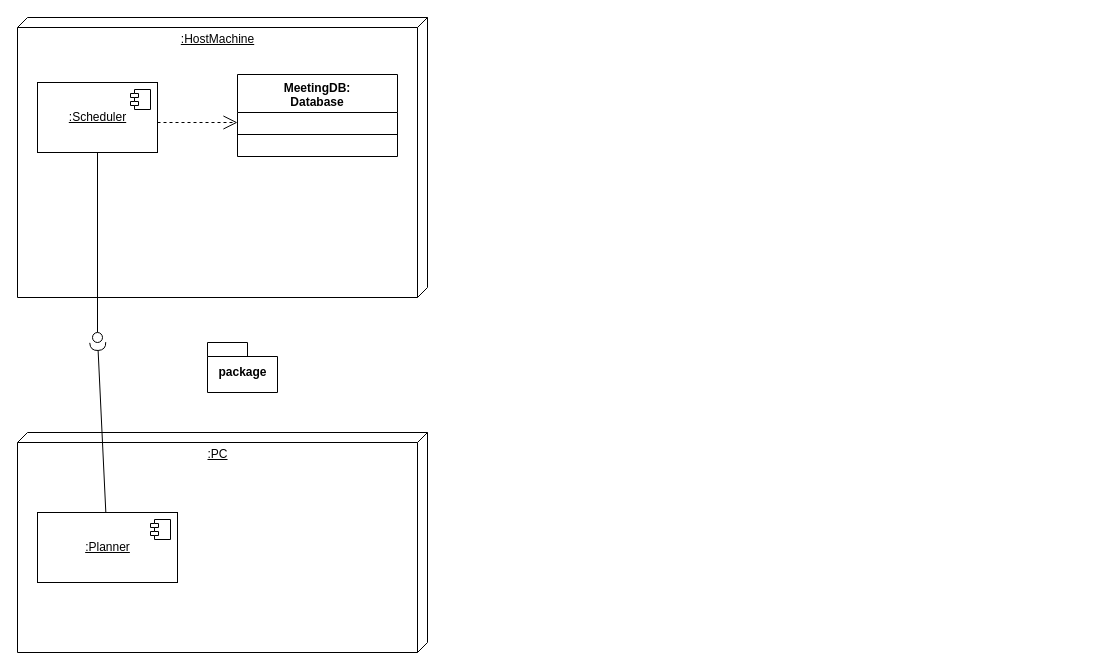
This is page "Page-1" (1 of 2) of 未命名绘图.drawio from bincute/iAmReadingBook, a draw.io file, before an edit. Source tidied: cells renumbered, new cells numbered last; positions are measured from the earlier drawing's top-left corner, leaving out a move shared by most shapes. Both pictures are drawn from the tidied source at 100%, with x=0, y=0 at pixel (17, 17).
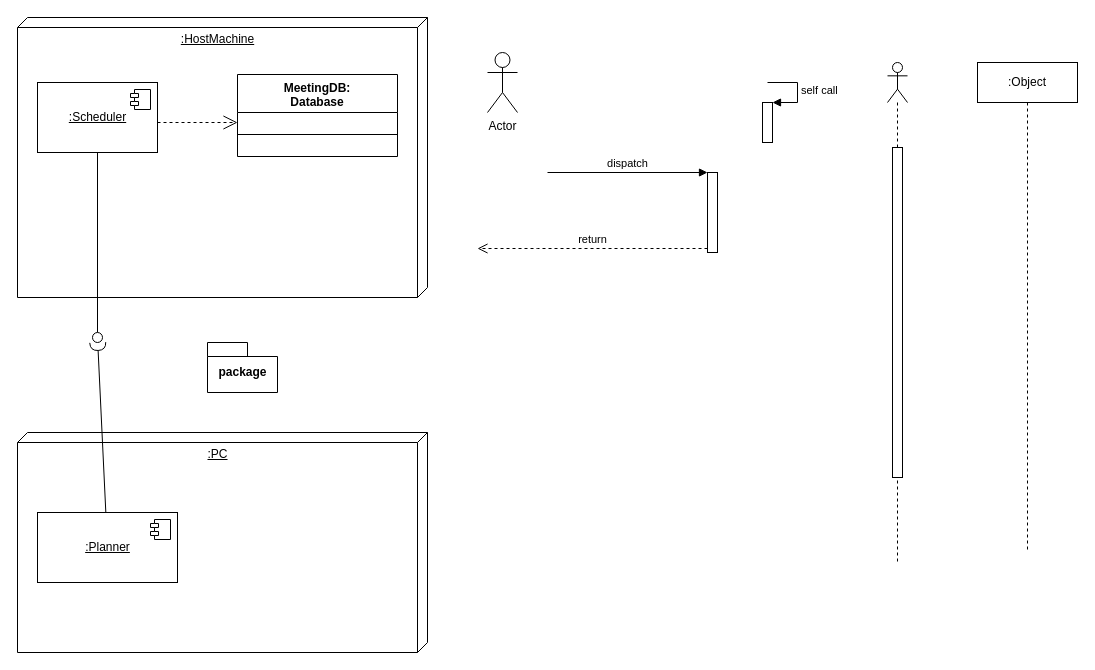
The same diagram, later.

Change to the diagram source:
```diff
@@
+    <mxCell id="15" style="html=1;points=[];perimeter=orthogonalPerimeter;" parent="1" vertex="1">
+      <mxGeometry x="690" y="155" width="10" height="80" as="geometry" />
+    </mxCell>
+    <mxCell id="16" value="dispatch" style="html=1;verticalAlign=bottom;endArrow=block;entryX=0;entryY=0;rounded=0;" parent="1" edge="1" target="15">
+      <mxGeometry relative="1" as="geometry">
+        <mxPoint x="530" y="155" as="sourcePoint" />
+      </mxGeometry>
+    </mxCell>
+    <mxCell id="17" value="return" style="html=1;verticalAlign=bottom;endArrow=open;dashed=1;endSize=8;exitX=0;exitY=0.95;rounded=0;" parent="1" edge="1" source="15">
+      <mxGeometry relative="1" as="geometry">
+        <mxPoint x="460" y="231" as="targetPoint" />
+        <Array as="points">
+          <mxPoint x="520" y="231" />
+        </Array>
+      </mxGeometry>
+    </mxCell>
+    <mxCell id="18" style="html=1;points=[];perimeter=orthogonalPerimeter;" parent="1" vertex="1">
+      <mxGeometry x="745" y="85" width="10" height="40" as="geometry" />
+    </mxCell>
+    <mxCell id="19" value="self call" style="edgeStyle=orthogonalEdgeStyle;html=1;align=left;spacingLeft=2;endArrow=block;rounded=0;entryX=1;entryY=0;" parent="1" edge="1" target="18">
+      <mxGeometry relative="1" as="geometry">
+        <mxPoint x="750" y="65" as="sourcePoint" />
+        <Array as="points">
+          <mxPoint x="780" y="65" />
+        </Array>
+      </mxGeometry>
+    </mxCell>
+    <mxCell id="20" value="Actor" style="shape=umlActor;verticalLabelPosition=bottom;verticalAlign=top;html=1;" parent="1" vertex="1">
+      <mxGeometry x="470" y="35" width="30" height="60" as="geometry" />
+    </mxCell>
+    <mxCell id="21" style="shape=umlLifeline;participant=umlActor;perimeter=lifelinePerimeter;whiteSpace=wrap;html=1;verticalAlign=top;spacingTop=36;" parent="1" vertex="1">
+      <mxGeometry x="870" y="45" width="20" height="500" as="geometry" />
+    </mxCell>
+    <mxCell id="22" style="html=1;perimeter=orthogonalPerimeter;" parent="21" vertex="1">
+      <mxGeometry x="5" y="85" width="10" height="330" as="geometry" />
+    </mxCell>
+    <mxCell id="23" value=":Object" style="shape=umlLifeline;perimeter=lifelinePerimeter;whiteSpace=wrap;html=1;" parent="1" vertex="1">
+      <mxGeometry x="960" y="45" width="100" height="490" as="geometry" />
+    </mxCell>
```
